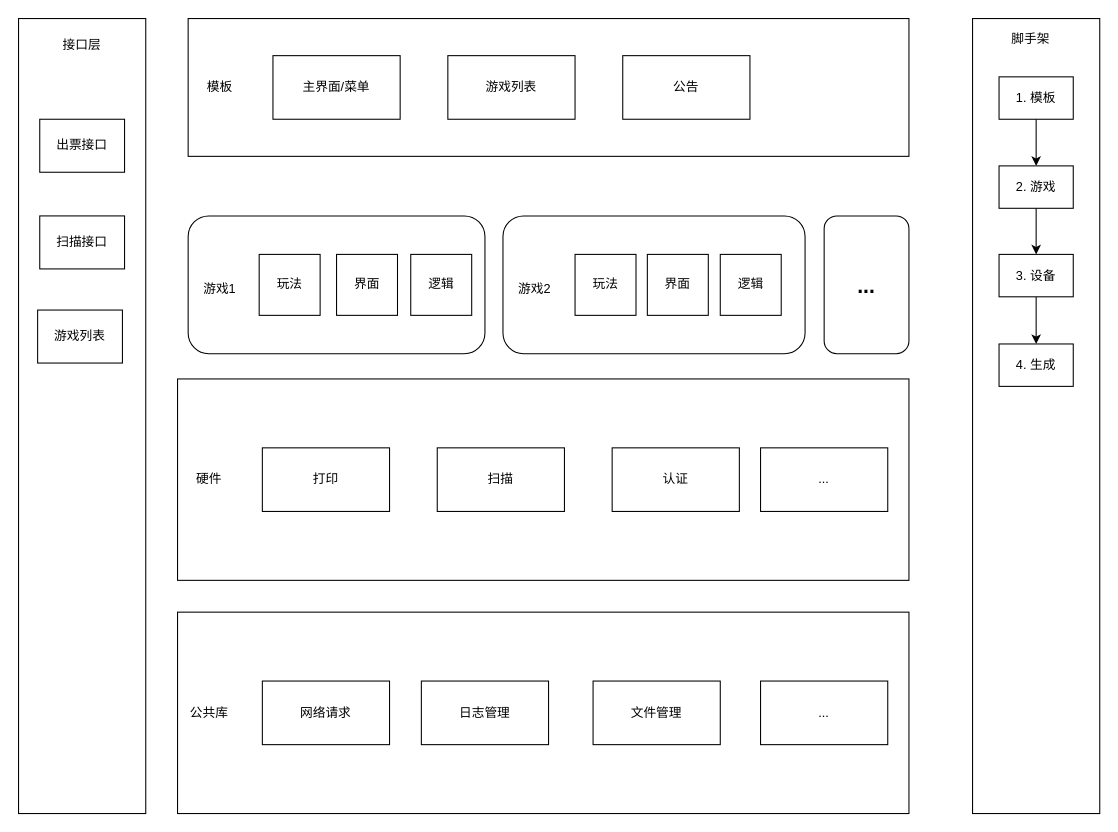
metre/images keeps this draw.io diagram as 终端软件架构demo.drawio. Above is the earlier version. Source tidied: cells renumbered, new cells numbered last; positions are measured from the earlier drawing's top-left corner, leaving out a move shared by most shapes. Both pictures are drawn from the tidied source at 106%, with x=0, y=0 at pixel (18, 18).
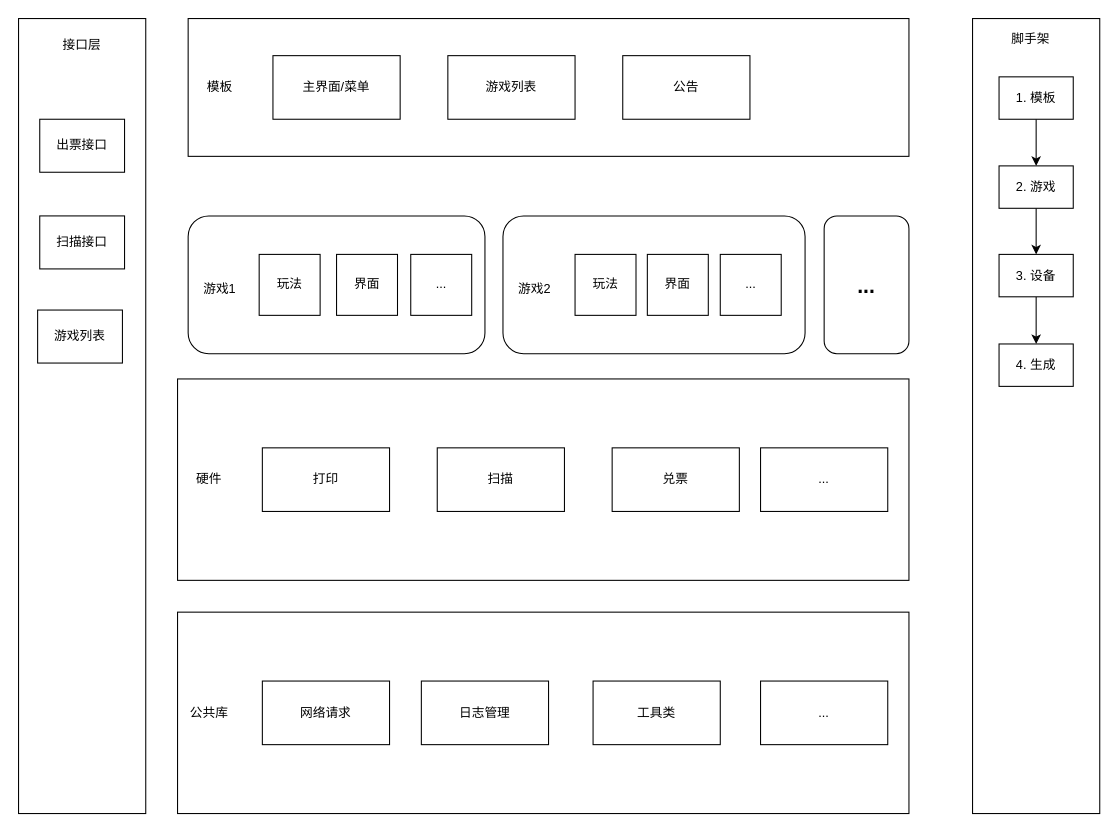
The same diagram, later.

Commit message:
更新终端软件架构demo.drawio

Change to the diagram source:
```diff
@@
-    <mxCell id="10" value="文件管理" style="rounded=0;whiteSpace=wrap;html=1;" parent="1" vertex="1">
+    <mxCell id="10" value="工具类" style="rounded=0;whiteSpace=wrap;html=1;" parent="1" vertex="1">
       <mxGeometry x="542" y="625" width="120" height="60" as="geometry" />
     </mxCell>
-    <mxCell id="11" value="逻辑" style="whiteSpace=wrap;html=1;" parent="1" vertex="1">
+    <mxCell id="11" value="..." style="whiteSpace=wrap;html=1;" parent="1" vertex="1">
       <mxGeometry x="370" y="222.5" width="57.5" height="57.5" as="geometry" />
     </mxCell>
@@
-    <mxCell id="18" value="认证" style="rounded=0;whiteSpace=wrap;html=1;" parent="1" vertex="1">
+    <mxCell id="18" value="兑票" style="rounded=0;whiteSpace=wrap;html=1;" parent="1" vertex="1">
       <mxGeometry x="560" y="405" width="120" height="60" as="geometry" />
     </mxCell>
@@
-    <mxCell id="23" value="逻辑" style="whiteSpace=wrap;html=1;" parent="1" vertex="1">
+    <mxCell id="23" value="..." style="whiteSpace=wrap;html=1;" parent="1" vertex="1">
       <mxGeometry x="662" y="222.5" width="57.5" height="57.5" as="geometry" />
     </mxCell>
```
